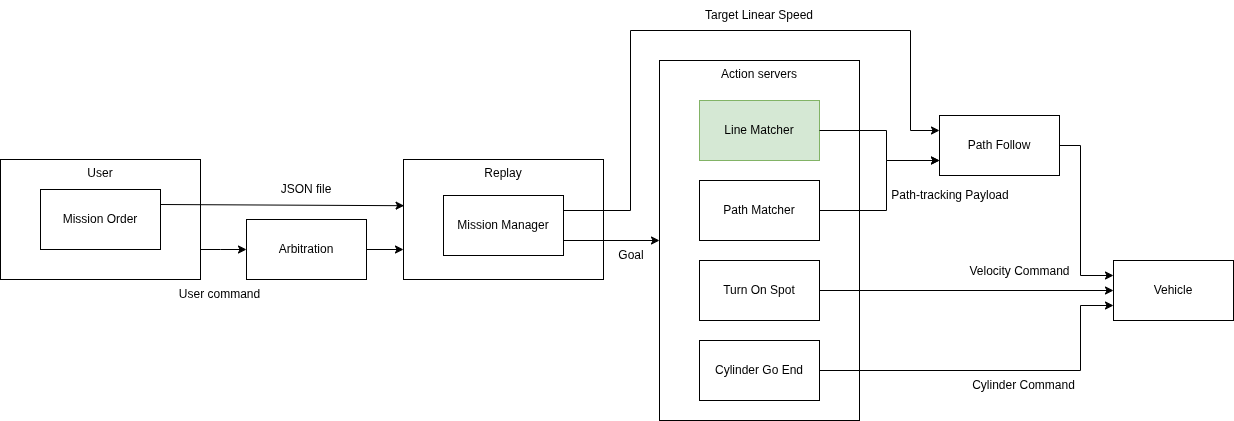
This is img/architecture.png from Sustainable-Robotics-Base-for-Crops/nav_line_matcher, a draw.io export, as it was before one commit. Source tidied: cells renumbered, new cells last; positions are measured from the earlier drawing's top-left corner, leaving out a move shared by most shapes. The source it was exported from:
```xml
<mxGraphModel>
  <root>
    <mxCell id="0" />
    <mxCell id="1" parent="0" />
    <mxCell id="2" value="Arbitration" style="rounded=0;whiteSpace=wrap;html=1;" parent="1" vertex="1">
      <mxGeometry x="246" y="219" width="120" height="60" as="geometry" />
    </mxCell>
    <mxCell id="3" value="Replay" style="rounded=0;whiteSpace=wrap;html=1;verticalAlign=top;" parent="1" vertex="1">
      <mxGeometry x="403" y="159" width="200" height="120" as="geometry" />
    </mxCell>
    <mxCell id="4" value="Mission Manager" style="rounded=0;whiteSpace=wrap;html=1;" parent="1" vertex="1">
      <mxGeometry x="443" y="195" width="120" height="60" as="geometry" />
    </mxCell>
    <mxCell id="5" value="Action servers" style="rounded=0;whiteSpace=wrap;html=1;verticalAlign=top;" parent="1" vertex="1">
      <mxGeometry x="659" y="60" width="200" height="360" as="geometry" />
    </mxCell>
    <mxCell id="6" value="Line Matcher" style="rounded=0;whiteSpace=wrap;html=1;fillColor=#d5e8d4;strokeColor=#82b366;" parent="1" vertex="1">
      <mxGeometry x="699" y="100" width="120" height="60" as="geometry" />
    </mxCell>
    <mxCell id="7" value="Path Matcher" style="rounded=0;whiteSpace=wrap;html=1;" parent="1" vertex="1">
      <mxGeometry x="699" y="180" width="120" height="60" as="geometry" />
    </mxCell>
    <mxCell id="8" value="Turn On Spot" style="rounded=0;whiteSpace=wrap;html=1;" parent="1" vertex="1">
      <mxGeometry x="699" y="260" width="120" height="60" as="geometry" />
    </mxCell>
    <mxCell id="9" value="Path Follow" style="rounded=0;whiteSpace=wrap;html=1;" parent="1" vertex="1">
      <mxGeometry x="939" y="115" width="120" height="60" as="geometry" />
    </mxCell>
    <mxCell id="10" style="endArrow=classic;html=1;rounded=0;exitX=1;exitY=0.75;exitDx=0;exitDy=0;entryX=0;entryY=0.5;entryDx=0;entryDy=0;" parent="1" edge="1" source="4" target="5">
      <mxGeometry relative="1" as="geometry" />
    </mxCell>
    <mxCell id="11" style="endArrow=classic;html=1;rounded=0;exitX=1;exitY=0.25;exitDx=0;exitDy=0;entryX=0;entryY=0.25;entryDx=0;entryDy=0;" parent="1" edge="1" source="4" target="9">
      <mxGeometry relative="1" as="geometry">
        <Array as="points">
          <mxPoint x="630" y="210" />
          <mxPoint x="630" y="30" />
          <mxPoint x="910" y="30" />
          <mxPoint x="910" y="130" />
        </Array>
      </mxGeometry>
    </mxCell>
    <mxCell id="12" value="Vehicle" style="rounded=0;whiteSpace=wrap;html=1;" parent="1" vertex="1">
      <mxGeometry x="1113" y="260" width="120" height="60" as="geometry" />
    </mxCell>
    <mxCell id="13" style="endArrow=classic;html=1;rounded=0;entryX=0;entryY=0.75;entryDx=0;entryDy=0;exitX=1;exitY=0.5;exitDx=0;exitDy=0;" parent="1" edge="1" source="6" target="9">
      <mxGeometry relative="1" as="geometry">
        <Array as="points">
          <mxPoint x="886" y="130" />
          <mxPoint x="886" y="160" />
        </Array>
      </mxGeometry>
    </mxCell>
    <mxCell id="14" style="endArrow=classic;html=1;rounded=0;entryX=0;entryY=0.75;entryDx=0;entryDy=0;exitX=1;exitY=0.5;exitDx=0;exitDy=0;" parent="1" edge="1" source="7" target="9">
      <mxGeometry relative="1" as="geometry">
        <Array as="points">
          <mxPoint x="886" y="210" />
          <mxPoint x="886" y="160" />
        </Array>
      </mxGeometry>
    </mxCell>
    <mxCell id="15" value="User command" style="text;html=1;whiteSpace=wrap;strokeColor=none;fillColor=none;align=center;verticalAlign=middle;rounded=0;" parent="1" vertex="1">
      <mxGeometry x="175" y="279" width="89" height="30" as="geometry" />
    </mxCell>
    <mxCell id="16" style="endArrow=classic;html=1;rounded=0;exitX=1;exitY=0.5;exitDx=0;exitDy=0;entryX=0;entryY=0.75;entryDx=0;entryDy=0;" parent="1" edge="1" source="2" target="3">
      <mxGeometry relative="1" as="geometry" />
    </mxCell>
    <mxCell id="17" value="User" style="rounded=0;whiteSpace=wrap;html=1;verticalAlign=top;" parent="1" vertex="1">
      <mxGeometry y="159" width="200" height="120" as="geometry" />
    </mxCell>
    <mxCell id="18" value="&lt;div&gt;Mission Order&lt;/div&gt;" style="rounded=0;whiteSpace=wrap;html=1;" parent="1" vertex="1">
      <mxGeometry x="40" y="189" width="120" height="60" as="geometry" />
    </mxCell>
    <mxCell id="19" style="endArrow=classic;html=1;rounded=0;exitX=1;exitY=0.75;exitDx=0;exitDy=0;entryX=0;entryY=0.5;entryDx=0;entryDy=0;" parent="1" edge="1" source="17" target="2">
      <mxGeometry relative="1" as="geometry">
        <Array as="points">
          <mxPoint x="220" y="249" />
        </Array>
      </mxGeometry>
    </mxCell>
    <mxCell id="20" style="endArrow=classic;html=1;rounded=0;exitX=1;exitY=0.25;exitDx=0;exitDy=0;entryX=0.003;entryY=0.385;entryDx=0;entryDy=0;entryPerimeter=0;" parent="1" edge="1" source="18" target="3">
      <mxGeometry relative="1" as="geometry" />
    </mxCell>
    <mxCell id="21" style="endArrow=classic;html=1;rounded=0;exitX=1;exitY=0.5;exitDx=0;exitDy=0;entryX=0;entryY=0.5;entryDx=0;entryDy=0;" parent="1" edge="1" source="8" target="12">
      <mxGeometry relative="1" as="geometry" />
    </mxCell>
    <mxCell id="22" style="endArrow=classic;html=1;rounded=0;exitX=1;exitY=0.5;exitDx=0;exitDy=0;entryX=0;entryY=0.25;entryDx=0;entryDy=0;" parent="1" edge="1" source="9" target="12">
      <mxGeometry relative="1" as="geometry">
        <Array as="points">
          <mxPoint x="1080" y="145" />
          <mxPoint x="1080" y="275" />
        </Array>
      </mxGeometry>
    </mxCell>
    <mxCell id="23" value="Goal" style="text;html=1;whiteSpace=wrap;strokeColor=none;fillColor=none;align=center;verticalAlign=middle;rounded=0;" parent="1" vertex="1">
      <mxGeometry x="606" y="240" width="50" height="30" as="geometry" />
    </mxCell>
    <mxCell id="24" value="Target Linear Speed" style="text;html=1;whiteSpace=wrap;strokeColor=none;fillColor=none;align=center;verticalAlign=middle;rounded=0;" parent="1" vertex="1">
      <mxGeometry x="697" width="124" height="30" as="geometry" />
    </mxCell>
    <mxCell id="25" value="Path-tracking Payload" style="text;html=1;whiteSpace=wrap;strokeColor=none;fillColor=none;align=center;verticalAlign=middle;rounded=0;" parent="1" vertex="1">
      <mxGeometry x="888" y="180" width="124" height="30" as="geometry" />
    </mxCell>
    <mxCell id="26" value="Velocity Command" style="text;html=1;whiteSpace=wrap;strokeColor=none;fillColor=none;align=center;verticalAlign=middle;rounded=0;rotation=0;" parent="1" vertex="1">
      <mxGeometry x="964" y="256" width="111" height="30" as="geometry" />
    </mxCell>
    <mxCell id="27" value="Cylinder Go End" style="rounded=0;whiteSpace=wrap;html=1;" parent="1" vertex="1">
      <mxGeometry x="699" y="340" width="120" height="60" as="geometry" />
    </mxCell>
    <mxCell id="28" style="endArrow=classic;html=1;rounded=0;exitX=1;exitY=0.5;exitDx=0;exitDy=0;entryX=0;entryY=0.75;entryDx=0;entryDy=0;" parent="1" edge="1" source="27" target="12">
      <mxGeometry relative="1" as="geometry">
        <Array as="points">
          <mxPoint x="1080" y="370" />
          <mxPoint x="1080" y="305" />
        </Array>
      </mxGeometry>
    </mxCell>
    <mxCell id="29" value="Cylinder Command" style="text;html=1;whiteSpace=wrap;strokeColor=none;fillColor=none;align=center;verticalAlign=middle;rounded=0;rotation=0;" parent="1" vertex="1">
      <mxGeometry x="968" y="370" width="111" height="30" as="geometry" />
    </mxCell>
    <mxCell id="30" value="JSON file" style="text;html=1;whiteSpace=wrap;strokeColor=none;fillColor=none;align=center;verticalAlign=middle;rounded=0;" parent="1" vertex="1">
      <mxGeometry x="273" y="174" width="66" height="30" as="geometry" />
    </mxCell>
  </root>
</mxGraphModel>
```
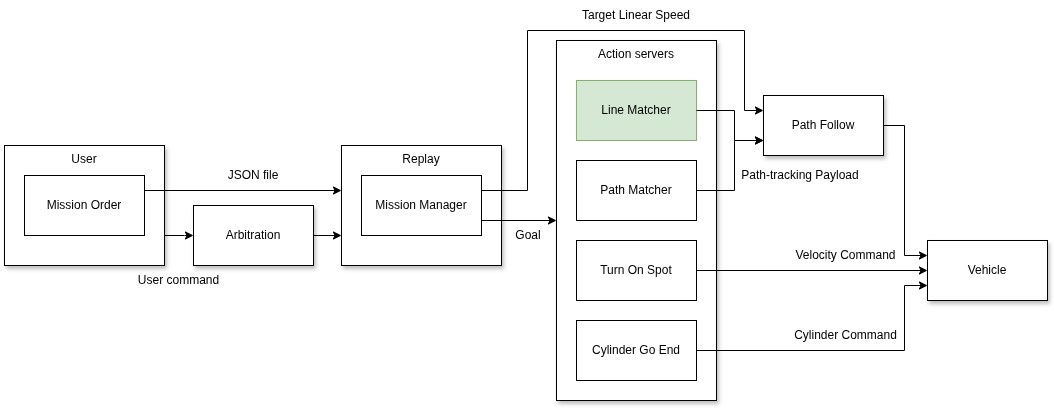
After the change.

Commit message:
update architecture img

What changed in the source:
```diff
@@ -2,29 +2,29 @@
   <root>
     <mxCell id="0" />
     <mxCell id="1" parent="0" />
-    <mxCell id="2" value="Arbitration" style="rounded=0;whiteSpace=wrap;html=1;" parent="1" vertex="1">
-      <mxGeometry x="246" y="219" width="120" height="60" as="geometry" />
+    <mxCell id="2" value="Arbitration" style="rounded=0;whiteSpace=wrap;html=1;shadow=1;" parent="1" vertex="1">
+      <mxGeometry x="229" y="225" width="120" height="60" as="geometry" />
     </mxCell>
-    <mxCell id="3" value="Replay" style="rounded=0;whiteSpace=wrap;html=1;verticalAlign=top;" parent="1" vertex="1">
-      <mxGeometry x="403" y="159" width="200" height="120" as="geometry" />
+    <mxCell id="3" value="Replay" style="rounded=0;whiteSpace=wrap;html=1;verticalAlign=top;shadow=1;" parent="1" vertex="1">
+      <mxGeometry x="377" y="165" width="160" height="120" as="geometry" />
     </mxCell>
     <mxCell id="4" value="Mission Manager" style="rounded=0;whiteSpace=wrap;html=1;" parent="1" vertex="1">
-      <mxGeometry x="443" y="195" width="120" height="60" as="geometry" />
+      <mxGeometry x="397" y="195" width="120" height="60" as="geometry" />
     </mxCell>
-    <mxCell id="5" value="Action servers" style="rounded=0;whiteSpace=wrap;html=1;verticalAlign=top;" parent="1" vertex="1">
-      <mxGeometry x="659" y="60" width="200" height="360" as="geometry" />
+    <mxCell id="5" value="Action servers" style="rounded=0;whiteSpace=wrap;html=1;verticalAlign=top;shadow=1;" parent="1" vertex="1">
+      <mxGeometry x="592" y="60" width="160" height="360" as="geometry" />
     </mxCell>
     <mxCell id="6" value="Line Matcher" style="rounded=0;whiteSpace=wrap;html=1;fillColor=#d5e8d4;strokeColor=#82b366;" parent="1" vertex="1">
-      <mxGeometry x="699" y="100" width="120" height="60" as="geometry" />
+      <mxGeometry x="612" y="100" width="120" height="60" as="geometry" />
     </mxCell>
     <mxCell id="7" value="Path Matcher" style="rounded=0;whiteSpace=wrap;html=1;" parent="1" vertex="1">
-      <mxGeometry x="699" y="180" width="120" height="60" as="geometry" />
+      <mxGeometry x="612" y="180" width="120" height="60" as="geometry" />
     </mxCell>
     <mxCell id="8" value="Turn On Spot" style="rounded=0;whiteSpace=wrap;html=1;" parent="1" vertex="1">
-      <mxGeometry x="699" y="260" width="120" height="60" as="geometry" />
+      <mxGeometry x="612" y="260" width="120" height="60" as="geometry" />
     </mxCell>
-    <mxCell id="9" value="Path Follow" style="rounded=0;whiteSpace=wrap;html=1;" parent="1" vertex="1">
-      <mxGeometry x="939" y="115" width="120" height="60" as="geometry" />
+    <mxCell id="9" value="Path Follow" style="rounded=0;whiteSpace=wrap;html=1;shadow=1;" parent="1" vertex="1">
+      <mxGeometry x="799" y="115" width="120" height="60" as="geometry" />
     </mxCell>
     <mxCell id="10" style="endArrow=classic;html=1;rounded=0;exitX=1;exitY=0.75;exitDx=0;exitDy=0;entryX=0;entryY=0.5;entryDx=0;entryDy=0;" parent="1" edge="1" source="4" target="5">
       <mxGeometry relative="1" as="geometry" />
@@ -32,53 +32,55 @@
     <mxCell id="11" style="endArrow=classic;html=1;rounded=0;exitX=1;exitY=0.25;exitDx=0;exitDy=0;entryX=0;entryY=0.25;entryDx=0;entryDy=0;" parent="1" edge="1" source="4" target="9">
       <mxGeometry relative="1" as="geometry">
         <Array as="points">
-          <mxPoint x="630" y="210" />
-          <mxPoint x="630" y="30" />
-          <mxPoint x="910" y="30" />
-          <mxPoint x="910" y="130" />
+          <mxPoint x="563" y="210" />
+          <mxPoint x="563" y="50" />
+          <mxPoint x="780" y="50" />
+          <mxPoint x="780" y="130" />
         </Array>
       </mxGeometry>
     </mxCell>
-    <mxCell id="12" value="Vehicle" style="rounded=0;whiteSpace=wrap;html=1;" parent="1" vertex="1">
-      <mxGeometry x="1113" y="260" width="120" height="60" as="geometry" />
+    <mxCell id="12" value="Vehicle" style="rounded=0;whiteSpace=wrap;html=1;shadow=1;" parent="1" vertex="1">
+      <mxGeometry x="963" y="260" width="120" height="60" as="geometry" />
     </mxCell>
     <mxCell id="13" style="endArrow=classic;html=1;rounded=0;entryX=0;entryY=0.75;entryDx=0;entryDy=0;exitX=1;exitY=0.5;exitDx=0;exitDy=0;" parent="1" edge="1" source="6" target="9">
       <mxGeometry relative="1" as="geometry">
         <Array as="points">
-          <mxPoint x="886" y="130" />
-          <mxPoint x="886" y="160" />
+          <mxPoint x="770" y="130" />
+          <mxPoint x="770" y="160" />
         </Array>
       </mxGeometry>
     </mxCell>
     <mxCell id="14" style="endArrow=classic;html=1;rounded=0;entryX=0;entryY=0.75;entryDx=0;entryDy=0;exitX=1;exitY=0.5;exitDx=0;exitDy=0;" parent="1" edge="1" source="7" target="9">
       <mxGeometry relative="1" as="geometry">
         <Array as="points">
-          <mxPoint x="886" y="210" />
-          <mxPoint x="886" y="160" />
+          <mxPoint x="770" y="210" />
+          <mxPoint x="770" y="160" />
         </Array>
       </mxGeometry>
     </mxCell>
     <mxCell id="15" value="User command" style="text;html=1;whiteSpace=wrap;strokeColor=none;fillColor=none;align=center;verticalAlign=middle;rounded=0;" parent="1" vertex="1">
-      <mxGeometry x="175" y="279" width="89" height="30" as="geometry" />
+      <mxGeometry x="170" y="285" width="89" height="30" as="geometry" />
     </mxCell>
     <mxCell id="16" style="endArrow=classic;html=1;rounded=0;exitX=1;exitY=0.5;exitDx=0;exitDy=0;entryX=0;entryY=0.75;entryDx=0;entryDy=0;" parent="1" edge="1" source="2" target="3">
       <mxGeometry relative="1" as="geometry" />
     </mxCell>
-    <mxCell id="17" value="User" style="rounded=0;whiteSpace=wrap;html=1;verticalAlign=top;" parent="1" vertex="1">
-      <mxGeometry y="159" width="200" height="120" as="geometry" />
+    <mxCell id="17" value="User" style="rounded=0;whiteSpace=wrap;html=1;verticalAlign=top;glass=0;shadow=1;" parent="1" vertex="1">
+      <mxGeometry x="40" y="165" width="160" height="120" as="geometry" />
     </mxCell>
     <mxCell id="18" value="&lt;div&gt;Mission Order&lt;/div&gt;" style="rounded=0;whiteSpace=wrap;html=1;" parent="1" vertex="1">
-      <mxGeometry x="40" y="189" width="120" height="60" as="geometry" />
+      <mxGeometry x="60" y="195" width="120" height="60" as="geometry" />
     </mxCell>
     <mxCell id="19" style="endArrow=classic;html=1;rounded=0;exitX=1;exitY=0.75;exitDx=0;exitDy=0;entryX=0;entryY=0.5;entryDx=0;entryDy=0;" parent="1" edge="1" source="17" target="2">
       <mxGeometry relative="1" as="geometry">
         <Array as="points">
-          <mxPoint x="220" y="249" />
+          <mxPoint x="220" y="255" />
         </Array>
       </mxGeometry>
     </mxCell>
-    <mxCell id="20" style="endArrow=classic;html=1;rounded=0;exitX=1;exitY=0.25;exitDx=0;exitDy=0;entryX=0.003;entryY=0.385;entryDx=0;entryDy=0;entryPerimeter=0;" parent="1" edge="1" source="18" target="3">
-      <mxGeometry relative="1" as="geometry" />
+    <mxCell id="20" style="endArrow=classic;html=1;rounded=0;exitX=1;exitY=0.25;exitDx=0;exitDy=0;" parent="1" edge="1" source="18">
+      <mxGeometry relative="1" as="geometry">
+        <mxPoint x="377" y="210" as="targetPoint" />
+      </mxGeometry>
     </mxCell>
     <mxCell id="21" style="endArrow=classic;html=1;rounded=0;exitX=1;exitY=0.5;exitDx=0;exitDy=0;entryX=0;entryY=0.5;entryDx=0;entryDy=0;" parent="1" edge="1" source="8" target="12">
       <mxGeometry relative="1" as="geometry" />
@@ -86,39 +88,39 @@
     <mxCell id="22" style="endArrow=classic;html=1;rounded=0;exitX=1;exitY=0.5;exitDx=0;exitDy=0;entryX=0;entryY=0.25;entryDx=0;entryDy=0;" parent="1" edge="1" source="9" target="12">
       <mxGeometry relative="1" as="geometry">
         <Array as="points">
-          <mxPoint x="1080" y="145" />
-          <mxPoint x="1080" y="275" />
+          <mxPoint x="940" y="145" />
+          <mxPoint x="940" y="275" />
         </Array>
       </mxGeometry>
     </mxCell>
     <mxCell id="23" value="Goal" style="text;html=1;whiteSpace=wrap;strokeColor=none;fillColor=none;align=center;verticalAlign=middle;rounded=0;" parent="1" vertex="1">
-      <mxGeometry x="606" y="240" width="50" height="30" as="geometry" />
+      <mxGeometry x="539" y="240" width="50" height="30" as="geometry" />
     </mxCell>
     <mxCell id="24" value="Target Linear Speed" style="text;html=1;whiteSpace=wrap;strokeColor=none;fillColor=none;align=center;verticalAlign=middle;rounded=0;" parent="1" vertex="1">
-      <mxGeometry x="697" width="124" height="30" as="geometry" />
+      <mxGeometry x="610" y="20" width="124" height="30" as="geometry" />
     </mxCell>
     <mxCell id="25" value="Path-tracking Payload" style="text;html=1;whiteSpace=wrap;strokeColor=none;fillColor=none;align=center;verticalAlign=middle;rounded=0;" parent="1" vertex="1">
-      <mxGeometry x="888" y="180" width="124" height="30" as="geometry" />
+      <mxGeometry x="774" y="180" width="124" height="30" as="geometry" />
     </mxCell>
     <mxCell id="26" value="Velocity Command" style="text;html=1;whiteSpace=wrap;strokeColor=none;fillColor=none;align=center;verticalAlign=middle;rounded=0;rotation=0;" parent="1" vertex="1">
-      <mxGeometry x="964" y="256" width="111" height="30" as="geometry" />
+      <mxGeometry x="826" y="260" width="111" height="30" as="geometry" />
     </mxCell>
     <mxCell id="27" value="Cylinder Go End" style="rounded=0;whiteSpace=wrap;html=1;" parent="1" vertex="1">
-      <mxGeometry x="699" y="340" width="120" height="60" as="geometry" />
+      <mxGeometry x="612" y="340" width="120" height="60" as="geometry" />
     </mxCell>
     <mxCell id="28" style="endArrow=classic;html=1;rounded=0;exitX=1;exitY=0.5;exitDx=0;exitDy=0;entryX=0;entryY=0.75;entryDx=0;entryDy=0;" parent="1" edge="1" source="27" target="12">
       <mxGeometry relative="1" as="geometry">
         <Array as="points">
-          <mxPoint x="1080" y="370" />
-          <mxPoint x="1080" y="305" />
+          <mxPoint x="940" y="370" />
+          <mxPoint x="940" y="305" />
         </Array>
       </mxGeometry>
     </mxCell>
     <mxCell id="29" value="Cylinder Command" style="text;html=1;whiteSpace=wrap;strokeColor=none;fillColor=none;align=center;verticalAlign=middle;rounded=0;rotation=0;" parent="1" vertex="1">
-      <mxGeometry x="968" y="370" width="111" height="30" as="geometry" />
+      <mxGeometry x="826" y="340" width="111" height="30" as="geometry" />
     </mxCell>
     <mxCell id="30" value="JSON file" style="text;html=1;whiteSpace=wrap;strokeColor=none;fillColor=none;align=center;verticalAlign=middle;rounded=0;" parent="1" vertex="1">
-      <mxGeometry x="273" y="174" width="66" height="30" as="geometry" />
+      <mxGeometry x="256" y="180" width="66" height="30" as="geometry" />
     </mxCell>
   </root>
 </mxGraphModel>
```
